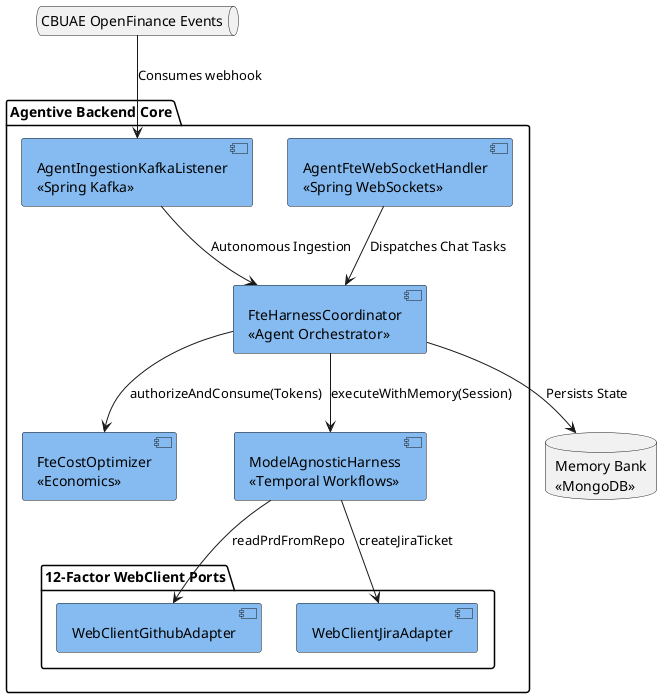
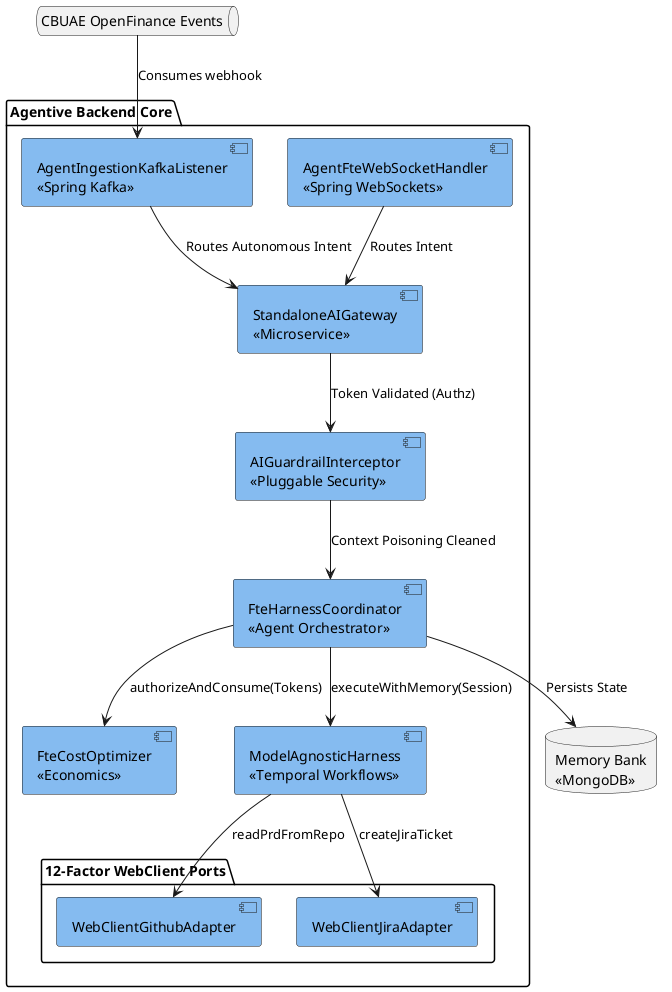
@startuml C4_Component
skinparam component {
    BackgroundColor #85bbf0
}

package "Agentive Backend Core" {
+     component "StandaloneAIGateway\n<<Microservice>>" as AIGateway
+     component "AIGuardrailInterceptor\n<<Pluggable Security>>" as Guardrail
    component "AgentFteWebSocketHandler\n<<Spring WebSockets>>" as WSHandler
    component "AgentIngestionKafkaListener\n<<Spring Kafka>>" as KafkaListener
    component "FteHarnessCoordinator\n<<Agent Orchestrator>>" as Coordinator
    component "FteCostOptimizer\n<<Economics>>" as Economics
    component "ModelAgnosticHarness\n<<Temporal Workflows>>" as Harness

    package "12-Factor WebClient Ports" {
        component "WebClientGithubAdapter" as GithubAdapter
        component "WebClientJiraAdapter" as JiraAdapter
    }
}

database "Memory Bank\n<<MongoDB>>" as MemoryBank
queue "CBUAE OpenFinance Events" as KafkaTopic

- WSHandler --> Coordinator : Dispatches Chat Tasks
- KafkaListener --> Coordinator : Autonomous Ingestion
+ WSHandler --> AIGateway : Routes Intent
+ KafkaListener --> AIGateway : Routes Autonomous Intent
+ AIGateway --> Guardrail : Token Validated (Authz)
+ Guardrail --> Coordinator : Context Poisoning Cleaned
Coordinator --> Economics : authorizeAndConsume(Tokens)
Coordinator --> Harness : executeWithMemory(Session)
Coordinator --> MemoryBank : Persists State
Harness --> GithubAdapter : readPrdFromRepo
Harness --> JiraAdapter : createJiraTicket

KafkaTopic --> KafkaListener : Consumes webhook

@enduml
